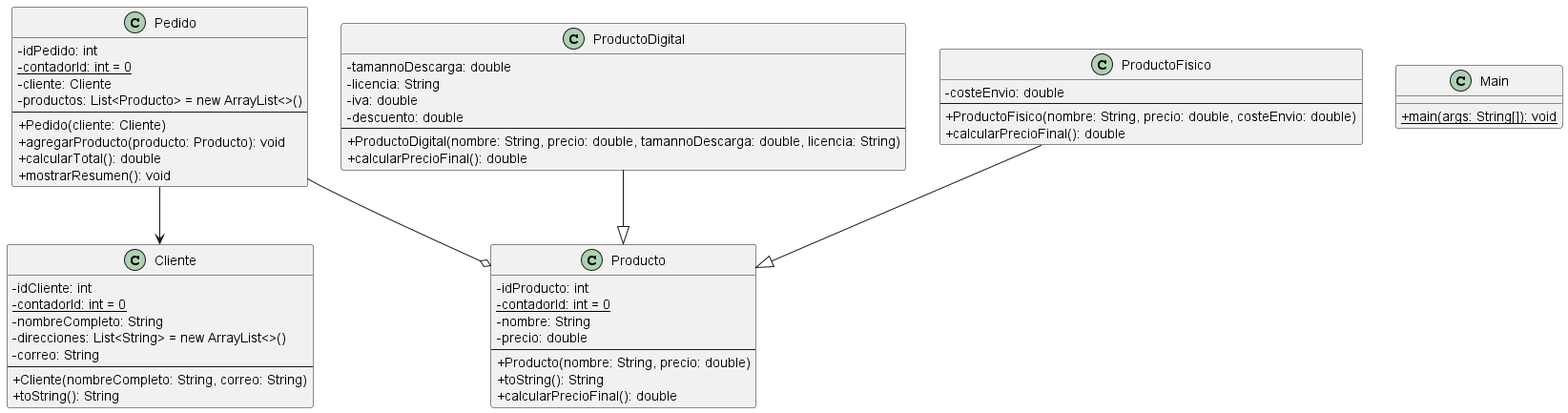
This is src/version-ingenieria-directa/diagrama2.png from anaiswritingcode/sistema-gestion-pedidos, a PlantUML export, as it was before one commit.
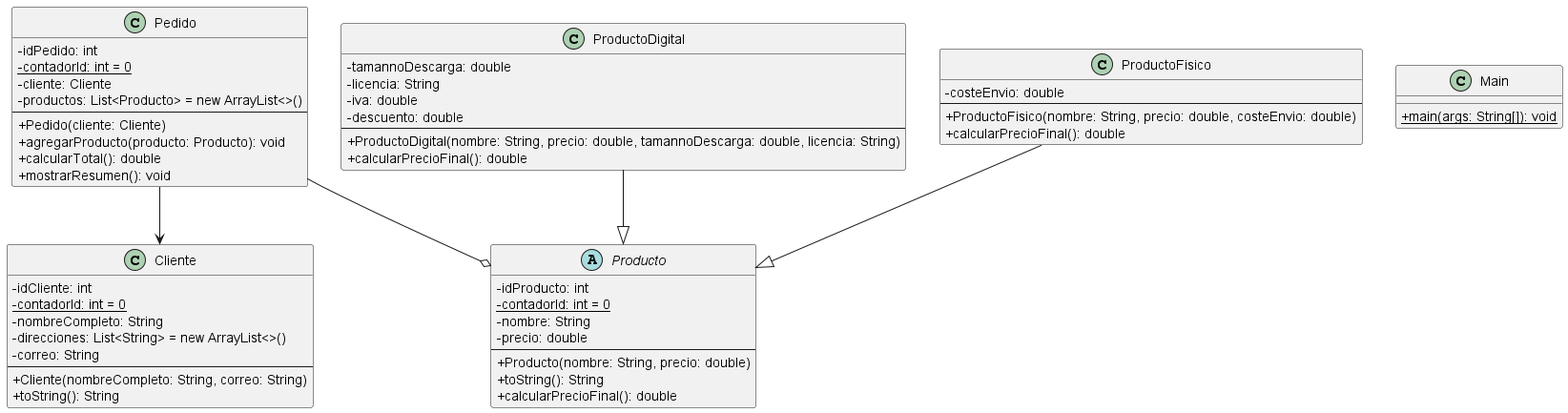
After the change.

Commit message:
Reflejar clase abstracta en diagrama2.puml

Diff of the diagram source:
```diff
@@ -28,7 +28,7 @@
   +mostrarResumen(): void
 }
 
-class Producto {
+abstract class Producto {
   -idProducto: int
   -{static} contadorId: int = 0
   -nombre: String
```
